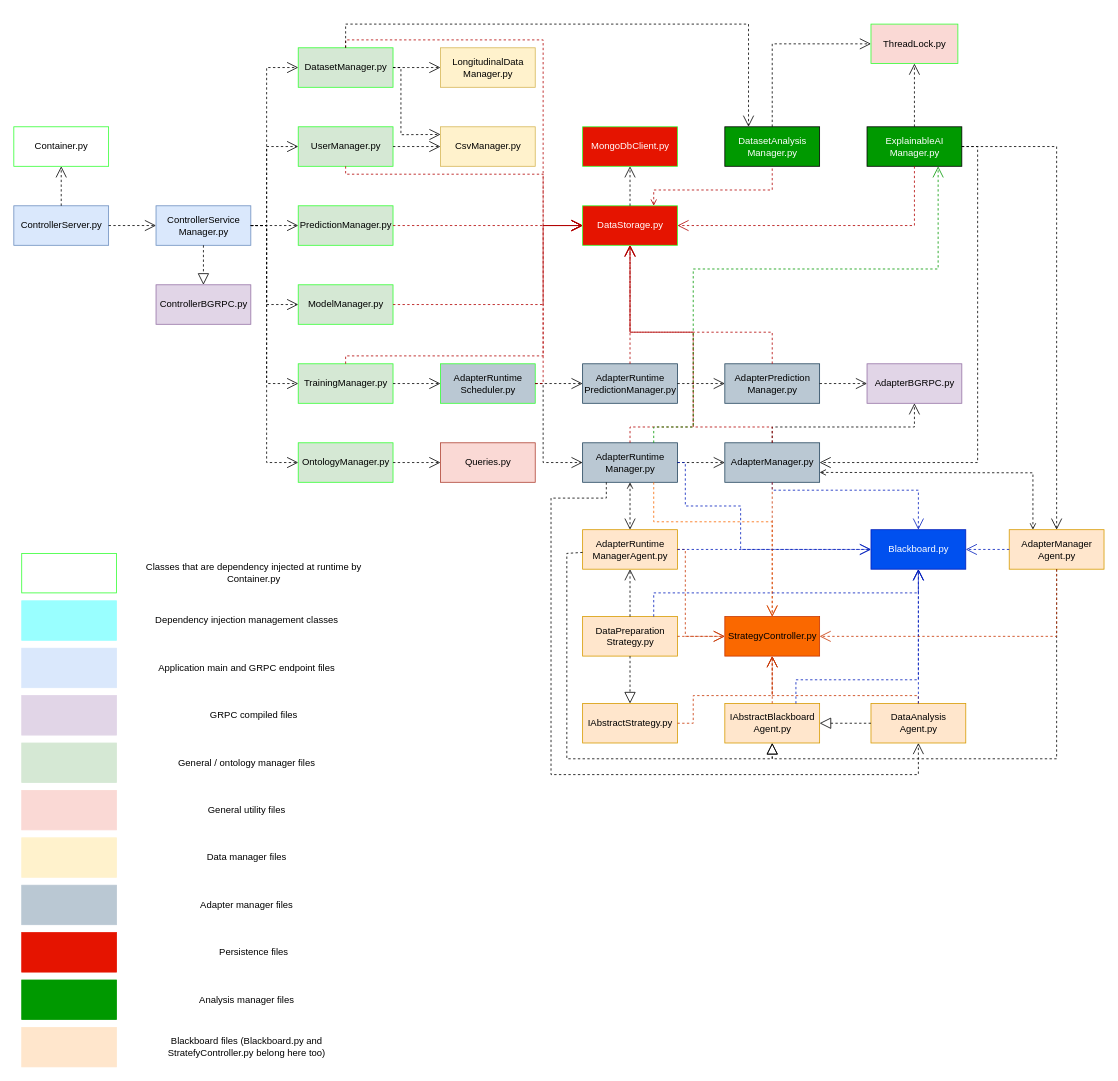
Before: docs/draw.io/controller file structure.drawio in hochschule-darmstadt/MetaAutoML, a draw.io diagram. Source tidied: cells renumbered, new cells numbered last; positions are measured from the earlier drawing's top-left corner, leaving out a move shared by most shapes. Both pictures are drawn from the tidied source at 79%, with x=0, y=0 at pixel (13, 24).
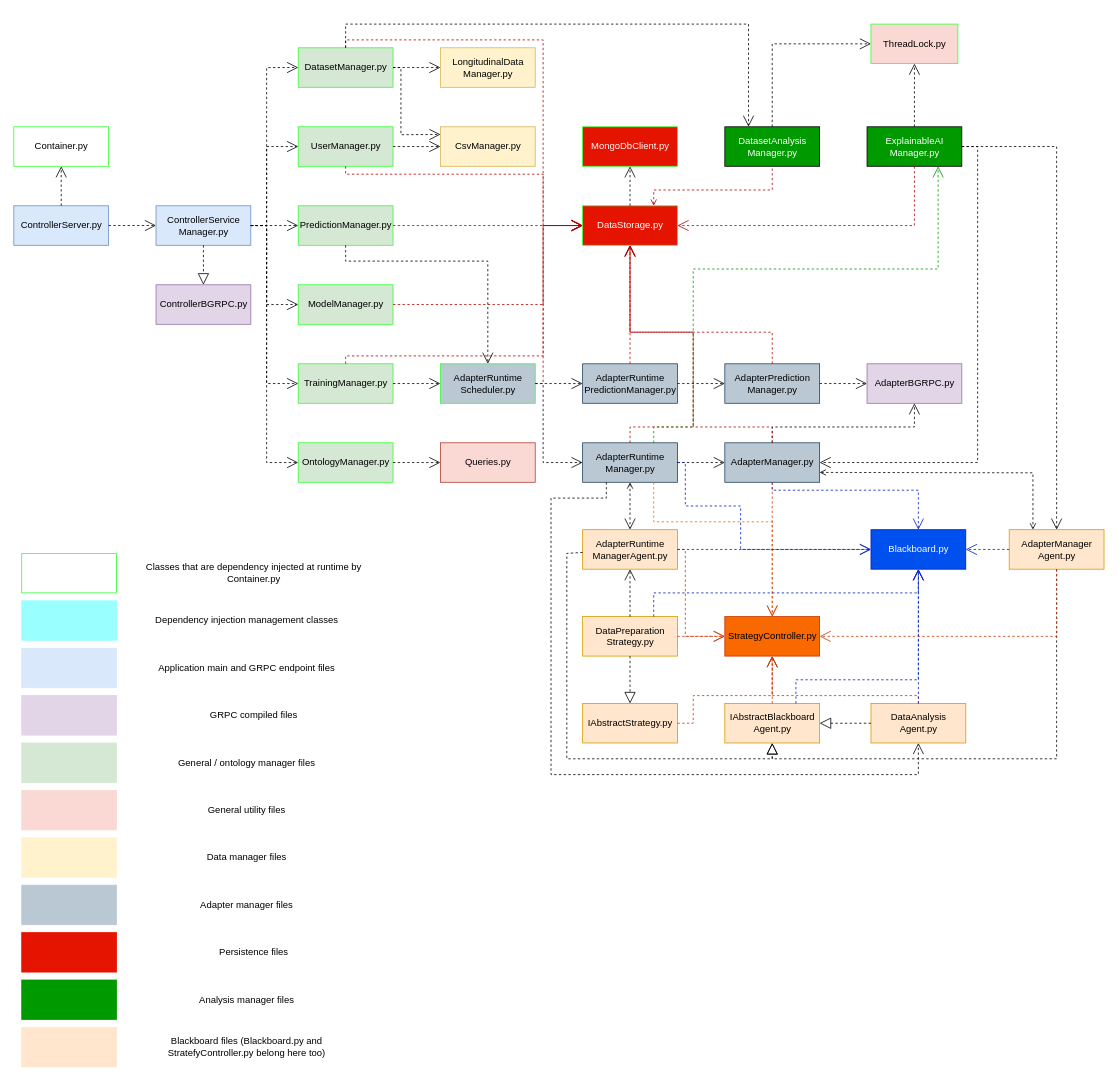
Above is the later version.

Unchanged cells that the change refers to:
```xml
<mxCell id="12" value="PredictionManager.py" style="html=1;fillColor=#d5e8d4;strokeColor=#33FF33;" parent="1" vertex="1">
  <mxGeometry x="360" y="230" width="120" height="50" as="geometry" />
</mxCell>
<mxCell id="44" value="AdapterRuntime&lt;br&gt;Scheduler.py" style="html=1;fillColor=#bac8d3;strokeColor=#33FF33;" parent="1" vertex="1">
  <mxGeometry x="540" y="430" width="120" height="50" as="geometry" />
</mxCell>
```

What changed in the source:
```diff
@@
+    <mxCell id="118" style="endArrow=open;endSize=12;dashed=1;html=1;rounded=0;exitX=0.5;exitY=1;exitDx=0;exitDy=0;entryX=0.5;entryY=0;entryDx=0;entryDy=0;" parent="1" edge="1" source="12" target="44">
+      <mxGeometry x="-0.03" relative="1" as="geometry">
+        <Array as="points">
+          <mxPoint x="420" y="300" />
+          <mxPoint x="600" y="300" />
+        </Array>
+      </mxGeometry>
+    </mxCell>
```
